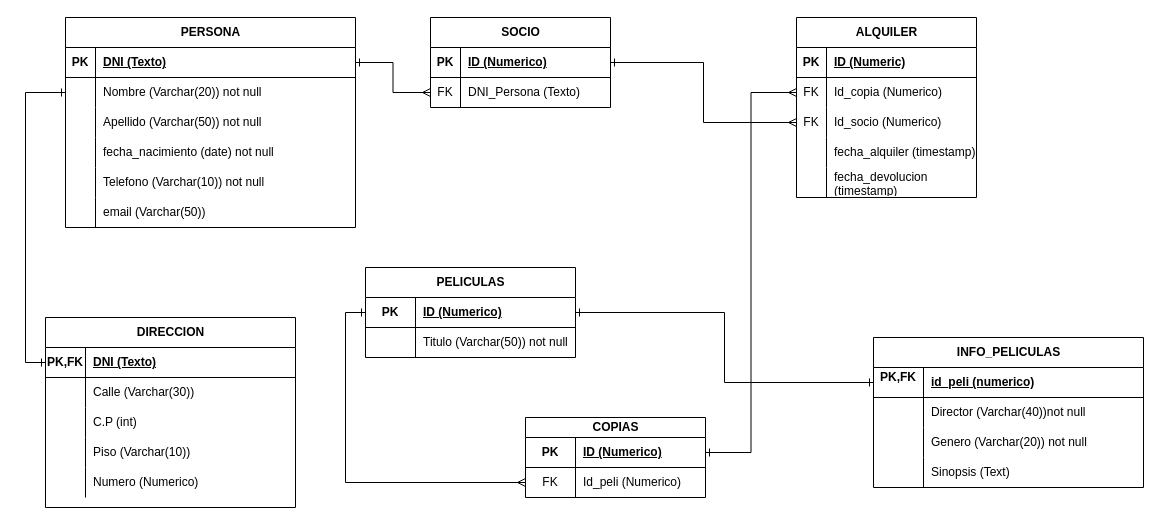
Before: v_club.drawio in JuleSt02/videoclub-sql, a draw.io diagram. Source tidied: cells renumbered, new cells numbered last; positions are measured from the earlier drawing's top-left corner, leaving out a move shared by most shapes. Both pictures are drawn from the tidied source at 100%, with x=0, y=0 at pixel (45, 17).
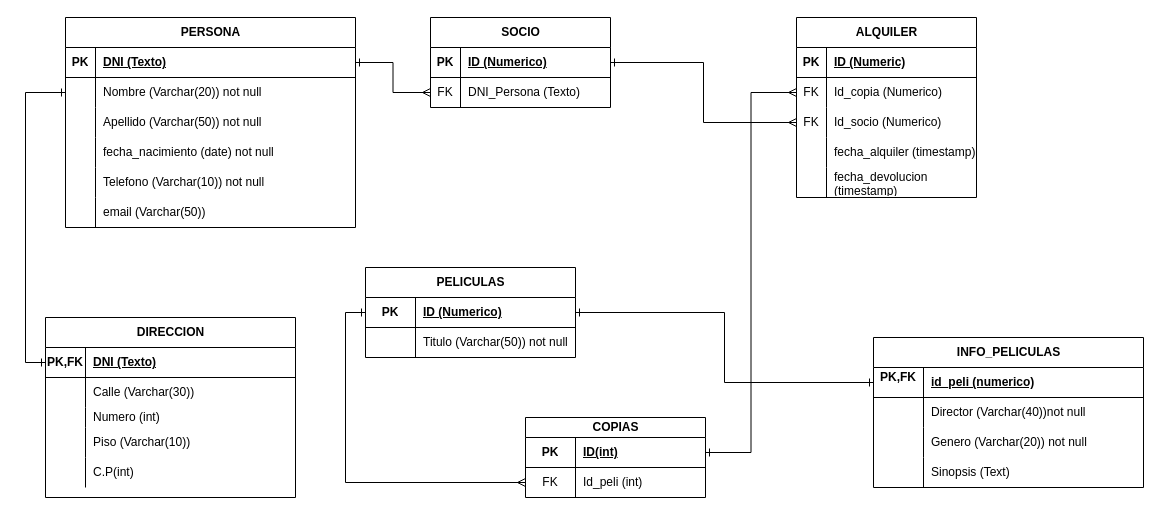
The same diagram, later.

Unchanged cells that the change refers to:
```xml
<mxCell id="67" style="shape=tableRow;horizontal=0;startSize=0;swimlaneHead=0;swimlaneBody=0;fillColor=none;points=[[0,0.5],[1,0.5]];portConstraint=eastwest;top=0;left=0;right=0;bottom=1;" parent="66" vertex="1">
  <mxGeometry y="20" width="180" height="30" as="geometry" />
</mxCell>
<mxCell id="70" style="shape=tableRow;horizontal=0;startSize=0;swimlaneHead=0;swimlaneBody=0;fillColor=none;points=[[0,0.5],[1,0.5]];portConstraint=eastwest;top=0;left=0;right=0;bottom=0;" parent="66" vertex="1">
  <mxGeometry y="50" width="180" height="30" as="geometry" />
</mxCell>
```

Change to the diagram source:
```diff
@@
     <mxCell id="49" value="DIRECCION" style="shape=table;startSize=30;childLayout=tableLayout;rowLines=0;fontStyle=1;align=center;html=1;" parent="1" vertex="1">
-      <mxGeometry y="300" width="250" height="190" as="geometry" />
+      <mxGeometry y="300" width="250" height="180" as="geometry" />
     </mxCell>
@@
     <mxCell id="56" style="shape=tableRow;horizontal=0;startSize=0;swimlaneHead=0;swimlaneBody=0;fillColor=none;top=0;left=0;right=0;bottom=0;" parent="49" vertex="1">
-      <mxGeometry y="90" width="250" height="30" as="geometry" />
+      <mxGeometry y="90" width="250" height="20" as="geometry" />
     </mxCell>
     <mxCell id="57" style="shape=partialRectangle;fillColor=none;top=0;left=0;bottom=0;right=0;overflow=hidden;whiteSpace=wrap;html=1;" parent="56" vertex="1">
-      <mxGeometry width="40" height="30" as="geometry" />
+      <mxGeometry width="40" height="20" as="geometry" />
     </mxCell>
-    <mxCell id="58" value="C.P (int)" style="shape=partialRectangle;fillColor=none;top=0;left=0;bottom=0;right=0;align=left;spacingLeft=6;overflow=hidden;whiteSpace=wrap;html=1;" parent="56" vertex="1">
-      <mxGeometry x="40" width="210" height="30" as="geometry" />
+    <mxCell id="58" value="Numero (int)&amp;nbsp;" style="shape=partialRectangle;fillColor=none;top=0;left=0;bottom=0;right=0;align=left;spacingLeft=6;overflow=hidden;whiteSpace=wrap;html=1;" parent="56" vertex="1">
+      <mxGeometry x="40" width="210" height="20" as="geometry" />
     </mxCell>
     <mxCell id="59" style="shape=tableRow;horizontal=0;startSize=0;swimlaneHead=0;swimlaneBody=0;fillColor=none;top=0;left=0;right=0;bottom=0;" parent="49" vertex="1">
-      <mxGeometry y="120" width="250" height="30" as="geometry" />
+      <mxGeometry y="110" width="250" height="30" as="geometry" />
     </mxCell>
@@
     <mxCell id="62" style="shape=tableRow;horizontal=0;startSize=0;swimlaneHead=0;swimlaneBody=0;fillColor=none;top=0;left=0;right=0;bottom=0;" parent="49" vertex="1">
-      <mxGeometry y="150" width="250" height="30" as="geometry" />
+      <mxGeometry y="140" width="250" height="30" as="geometry" />
     </mxCell>
@@
-    <mxCell id="64" value="Numero (Numerico)" style="shape=partialRectangle;fillColor=none;top=0;left=0;bottom=0;right=0;align=left;spacingLeft=6;overflow=hidden;whiteSpace=wrap;html=1;" parent="62" vertex="1">
+    <mxCell id="64" value="C.P(int)" style="shape=partialRectangle;fillColor=none;top=0;left=0;bottom=0;right=0;align=left;spacingLeft=6;overflow=hidden;whiteSpace=wrap;html=1;" parent="62" vertex="1">
       <mxGeometry x="40" width="210" height="30" as="geometry" />
     </mxCell>
@@
-    <mxCell id="69" value="ID (Numerico)" style="shape=partialRectangle;fillColor=none;top=0;left=0;bottom=0;right=0;align=left;spacingLeft=6;fontStyle=5;overflow=hidden;whiteSpace=wrap;html=1;" parent="67" vertex="1">
+    <mxCell id="69" value="ID(int)" style="shape=partialRectangle;fillColor=none;top=0;left=0;bottom=0;right=0;align=left;spacingLeft=6;fontStyle=5;overflow=hidden;whiteSpace=wrap;html=1;" parent="67" vertex="1">
       <mxGeometry x="50" width="130" height="30" as="geometry" />
     </mxCell>
@@
-    <mxCell id="72" value="Id_peli (Numerico)" style="shape=partialRectangle;fillColor=none;top=0;left=0;bottom=0;right=0;align=left;spacingLeft=6;overflow=hidden;whiteSpace=wrap;html=1;" parent="70" vertex="1">
+    <mxCell id="72" value="Id_peli (int)" style="shape=partialRectangle;fillColor=none;top=0;left=0;bottom=0;right=0;align=left;spacingLeft=6;overflow=hidden;whiteSpace=wrap;html=1;" parent="70" vertex="1">
       <mxGeometry x="50" width="130" height="30" as="geometry" />
     </mxCell>
```
